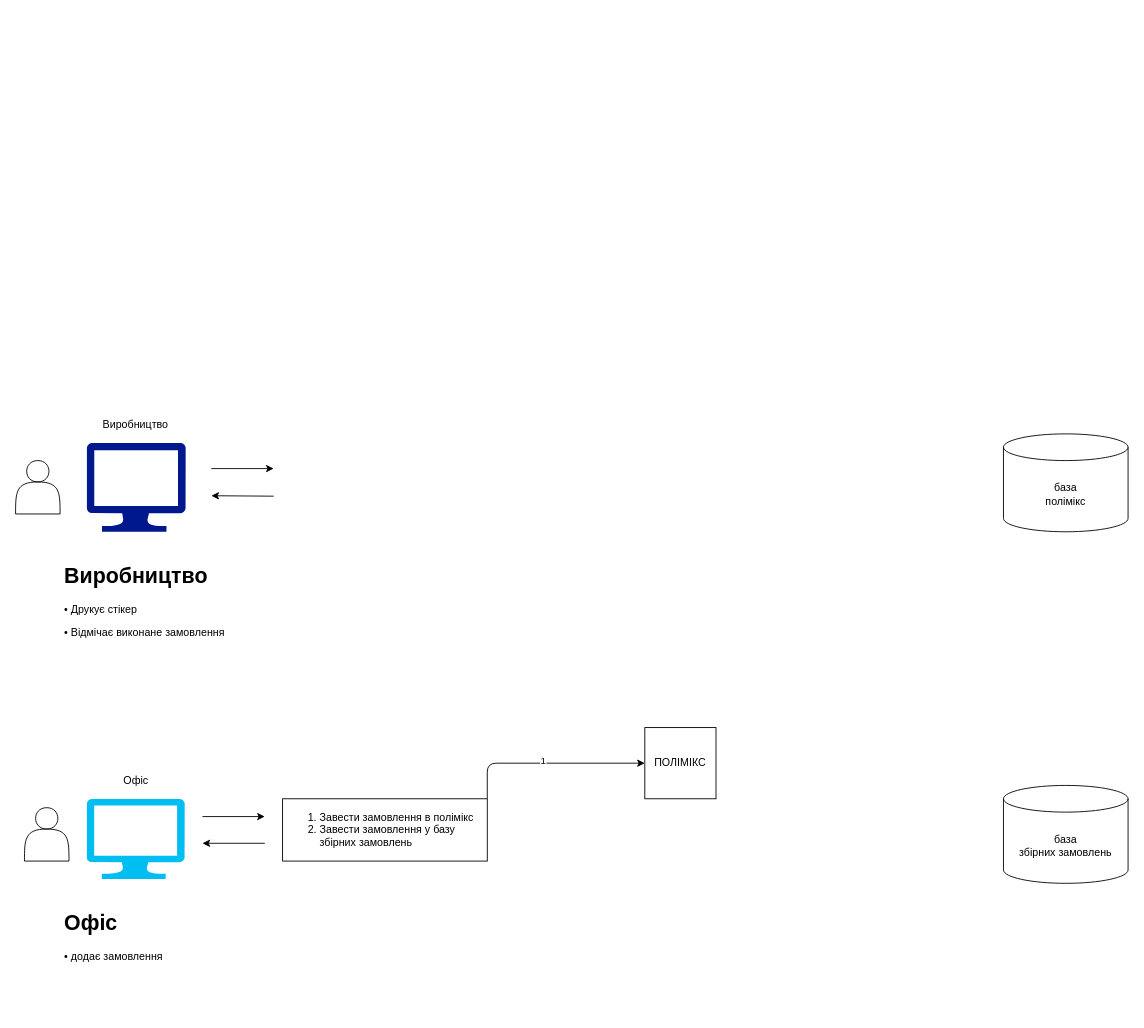
The draw.io diagram Untitled Diagram.drawio in repro-tetris/github-tutorial, before the edit. Source tidied: cells renumbered, new cells numbered last; positions are measured from the earlier drawing's top-left corner, leaving out a move shared by most shapes. Both pictures are drawn from the tidied source at 89%, with x=0, y=0 at pixel (15, 416).
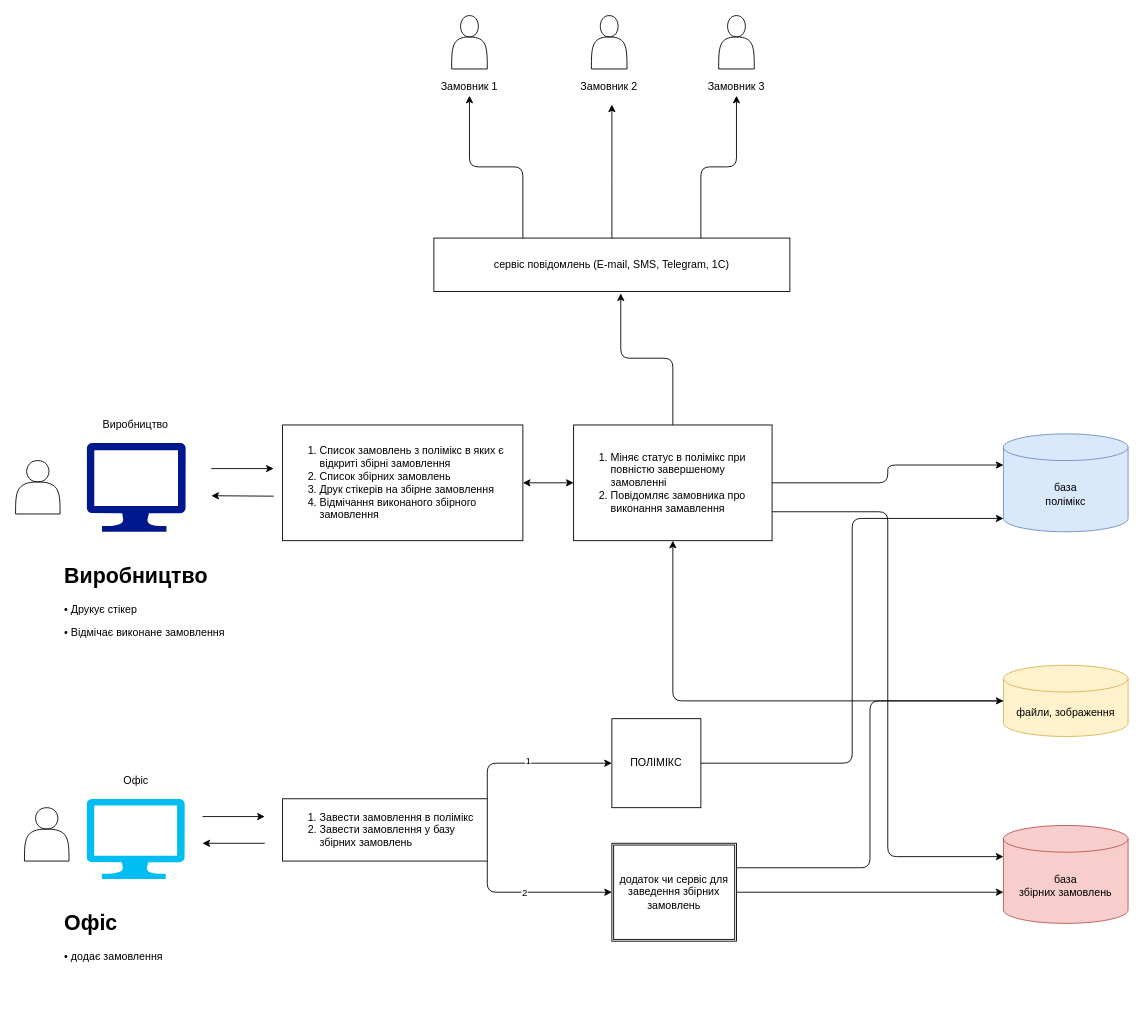
The same diagram, later.

Unchanged cells that the change refers to:
```xml
<mxCell id="18" value="&lt;ol&gt;&lt;li&gt;Завести замовлення в полімікс&lt;/li&gt;&lt;li&gt;Завести замовлення у базу збірних замовлень&lt;/li&gt;&lt;/ol&gt;" style="rounded=0;whiteSpace=wrap;html=1;align=left;" parent="1" vertex="1">
  <mxGeometry x="300" y="430" width="230" height="70" as="geometry" />
</mxCell>
```

The edit, as a diff of the source:
```diff
@@
-    <mxCell id="12" value="база&lt;br&gt;полімікс" style="shape=cylinder3;whiteSpace=wrap;html=1;boundedLbl=1;backgroundOutline=1;size=15;" parent="1" vertex="1">
+    <mxCell id="12" value="база&lt;br&gt;полімікс" style="shape=cylinder3;whiteSpace=wrap;html=1;boundedLbl=1;backgroundOutline=1;size=15;fillColor=#dae8fc;strokeColor=#6c8ebf;" parent="1" vertex="1">
       <mxGeometry x="1110" y="20" width="140" height="110" as="geometry" />
     </mxCell>
-    <mxCell id="13" value="база&lt;br&gt;збірних замовлень" style="shape=cylinder3;whiteSpace=wrap;html=1;boundedLbl=1;backgroundOutline=1;size=15;" parent="1" vertex="1">
-      <mxGeometry x="1110" y="415" width="140" height="110" as="geometry" />
+    <mxCell id="13" value="база&lt;br&gt;збірних замовлень" style="shape=cylinder3;whiteSpace=wrap;html=1;boundedLbl=1;backgroundOutline=1;size=15;fillColor=#f8cecc;strokeColor=#b85450;" parent="1" vertex="1">
+      <mxGeometry x="1110" y="460" width="140" height="110" as="geometry" />
     </mxCell>
@@
+    <mxCell id="20" style="edgeStyle=orthogonalEdgeStyle;rounded=1;jettySize=auto;html=1;exitX=1;exitY=1;exitDx=0;exitDy=0;entryX=0;entryY=0.5;entryDx=0;entryDy=0;" parent="1" edge="1" source="18" target="25">
+      <mxGeometry relative="1" as="geometry" />
+    </mxCell>
+    <mxCell id="21" value="2" style="edgeLabel;html=1;align=center;verticalAlign=middle;" parent="20" vertex="1">
+      <mxGeometry x="-0.13" relative="1" as="geometry" />
+    </mxCell>
@@
+    <mxCell id="22" style="edgeStyle=orthogonalEdgeStyle;rounded=1;jettySize=auto;html=1;entryX=0;entryY=1;entryDx=0;entryDy=-15;entryPerimeter=0;" parent="1" edge="1" source="19" target="12">
+      <mxGeometry relative="1" as="geometry" />
+    </mxCell>
     <mxCell id="19" value="ПОЛІМІКС" style="whiteSpace=wrap;html=1;" parent="1" vertex="1">
-      <mxGeometry x="707" y="350" width="80" height="80" as="geometry" />
+      <mxGeometry x="670" y="340" width="100" height="100" as="geometry" />
     </mxCell>
+    <mxCell id="23" style="edgeStyle=orthogonalEdgeStyle;rounded=1;jettySize=auto;html=1;entryX=0;entryY=0;entryDx=0;entryDy=75;entryPerimeter=0;" parent="1" edge="1" source="25" target="13">
+      <mxGeometry relative="1" as="geometry" />
+    </mxCell>
+    <mxCell id="24" style="edgeStyle=orthogonalEdgeStyle;rounded=1;jettySize=auto;html=1;exitX=1;exitY=0.25;exitDx=0;exitDy=0;entryX=0;entryY=0.5;entryDx=0;entryDy=0;entryPerimeter=0;" parent="1" edge="1" source="25" target="27">
+      <mxGeometry relative="1" as="geometry" />
+    </mxCell>
+    <mxCell id="25" value="додаток чи сервіс для заведення збірних замовлень" style="shape=ext;double=1;rounded=0;whiteSpace=wrap;html=1;" parent="1" vertex="1">
+      <mxGeometry x="670" y="480" width="140" height="110" as="geometry" />
+    </mxCell>
+    <mxCell id="26" style="edgeStyle=orthogonalEdgeStyle;rounded=1;jettySize=auto;html=1;" parent="1" edge="1" source="27" target="45">
+      <mxGeometry relative="1" as="geometry" />
+    </mxCell>
+    <mxCell id="27" value="файли, зображення" style="shape=cylinder3;whiteSpace=wrap;html=1;boundedLbl=1;backgroundOutline=1;size=15;fillColor=#fff2cc;strokeColor=#d6b656;" parent="1" vertex="1">
+      <mxGeometry x="1110" y="280" width="140" height="80" as="geometry" />
+    </mxCell>
+    <mxCell id="28" style="group;" parent="1" vertex="1">
+      <mxGeometry x="470" y="-450" width="80" height="90" as="geometry" />
+    </mxCell>
+    <mxCell id="29" style="shape=actor;whiteSpace=wrap;html=1;" parent="28" vertex="1">
+      <mxGeometry x="20" width="40" height="60" as="geometry" />
+    </mxCell>
+    <mxCell id="30" value="Замовник 1" style="text;html=1;strokeColor=none;fillColor=none;align=center;verticalAlign=middle;whiteSpace=wrap;rounded=0;" parent="28" vertex="1">
+      <mxGeometry y="70" width="80" height="20" as="geometry" />
+    </mxCell>
+    <mxCell id="31" style="group;" parent="1" vertex="1">
+      <mxGeometry x="627" y="-450" width="80" height="90" as="geometry" />
+    </mxCell>
+    <mxCell id="32" style="shape=actor;whiteSpace=wrap;html=1;" parent="31" vertex="1">
+      <mxGeometry x="20" width="40" height="60" as="geometry" />
+    </mxCell>
+    <mxCell id="33" value="Замовник 2" style="text;html=1;strokeColor=none;fillColor=none;align=center;verticalAlign=middle;whiteSpace=wrap;rounded=0;" parent="31" vertex="1">
+      <mxGeometry y="70" width="80" height="20" as="geometry" />
+    </mxCell>
+    <mxCell id="34" style="group;" parent="1" vertex="1">
+      <mxGeometry x="770" y="-450" width="80" height="90" as="geometry" />
+    </mxCell>
+    <mxCell id="35" style="shape=actor;whiteSpace=wrap;html=1;" parent="34" vertex="1">
+      <mxGeometry x="20" width="40" height="60" as="geometry" />
+    </mxCell>
+    <mxCell id="36" value="Замовник 3" style="text;html=1;strokeColor=none;fillColor=none;align=center;verticalAlign=middle;whiteSpace=wrap;rounded=0;" parent="34" vertex="1">
+      <mxGeometry y="70" width="80" height="20" as="geometry" />
+    </mxCell>
+    <mxCell id="37" style="edgeStyle=orthogonalEdgeStyle;rounded=1;jettySize=auto;html=1;exitX=0.25;exitY=0;exitDx=0;exitDy=0;entryX=0.5;entryY=1;entryDx=0;entryDy=0;" parent="1" edge="1" source="40" target="30">
+      <mxGeometry relative="1" as="geometry" />
+    </mxCell>
+    <mxCell id="38" style="edgeStyle=orthogonalEdgeStyle;rounded=1;jettySize=auto;html=1;exitX=0.5;exitY=0;exitDx=0;exitDy=0;" parent="1" edge="1" source="40">
+      <mxGeometry relative="1" as="geometry">
+        <mxPoint x="670" y="-350" as="targetPoint" />
+      </mxGeometry>
+    </mxCell>
+    <mxCell id="39" style="edgeStyle=orthogonalEdgeStyle;rounded=1;jettySize=auto;html=1;exitX=0.75;exitY=0;exitDx=0;exitDy=0;entryX=0.5;entryY=1;entryDx=0;entryDy=0;" parent="1" edge="1" source="40" target="36">
+      <mxGeometry relative="1" as="geometry" />
+    </mxCell>
+    <mxCell id="40" value="сервіс повідомлень (E-mail, SMS, Telegram, 1C)" style="rounded=0;whiteSpace=wrap;html=1;" parent="1" vertex="1">
+      <mxGeometry x="470" y="-200" width="400" height="60" as="geometry" />
+    </mxCell>
+    <mxCell id="41" value="&lt;ol&gt;&lt;li&gt;Список замовлень з полімікс в яких є відкриті збірні замовлення&lt;/li&gt;&lt;li&gt;Список збірних замовлень&lt;/li&gt;&lt;li&gt;Друк стікерів на збірне замовлення&lt;/li&gt;&lt;li&gt;Відмічання виконаного збірного замовлення&lt;/li&gt;&lt;/ol&gt;" style="rounded=0;whiteSpace=wrap;html=1;align=left;" parent="1" vertex="1">
+      <mxGeometry x="300" y="10" width="270" height="130" as="geometry" />
+    </mxCell>
+    <mxCell id="42" style="edgeStyle=orthogonalEdgeStyle;rounded=1;jettySize=auto;html=1;entryX=0.525;entryY=1.036;entryDx=0;entryDy=0;entryPerimeter=0;" parent="1" edge="1" source="45" target="40">
+      <mxGeometry relative="1" as="geometry" />
+    </mxCell>
+    <mxCell id="43" style="edgeStyle=orthogonalEdgeStyle;rounded=1;jettySize=auto;html=1;exitX=1;exitY=0.5;exitDx=0;exitDy=0;entryX=0;entryY=0;entryDx=0;entryDy=35;entryPerimeter=0;" parent="1" edge="1" source="45" target="12">
+      <mxGeometry relative="1" as="geometry" />
+    </mxCell>
+    <mxCell id="44" style="edgeStyle=orthogonalEdgeStyle;rounded=1;jettySize=auto;html=1;exitX=1;exitY=0.75;exitDx=0;exitDy=0;entryX=0;entryY=0;entryDx=0;entryDy=35;entryPerimeter=0;" parent="1" edge="1" source="45" target="13">
+      <mxGeometry relative="1" as="geometry" />
+    </mxCell>
+    <mxCell id="45" value="&lt;ol&gt;&lt;li&gt;Міняє статус в полімікс при повністю завершеному замовленні&lt;/li&gt;&lt;li&gt;Повідомляє замовника про виконання замавлення&lt;/li&gt;&lt;/ol&gt;" style="rounded=0;whiteSpace=wrap;html=1;align=left;" parent="1" vertex="1">
+      <mxGeometry x="627" y="10" width="223" height="130" as="geometry" />
+    </mxCell>
+    <mxCell id="46" style="endArrow=classic;startArrow=classic;html=1;entryX=0;entryY=0.5;entryDx=0;entryDy=0;" parent="1" edge="1" source="41" target="45">
+      <mxGeometry relative="1" as="geometry" />
+    </mxCell>
```
